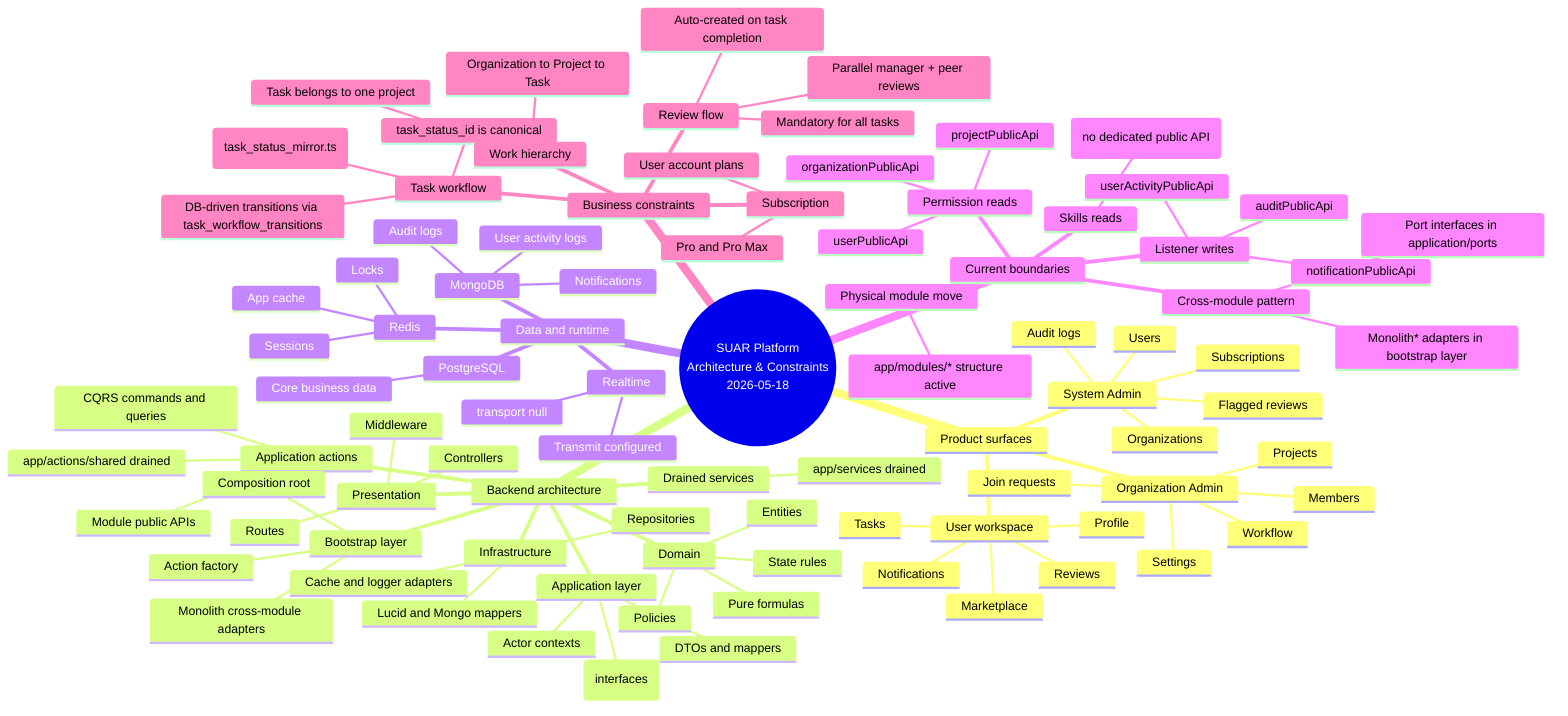
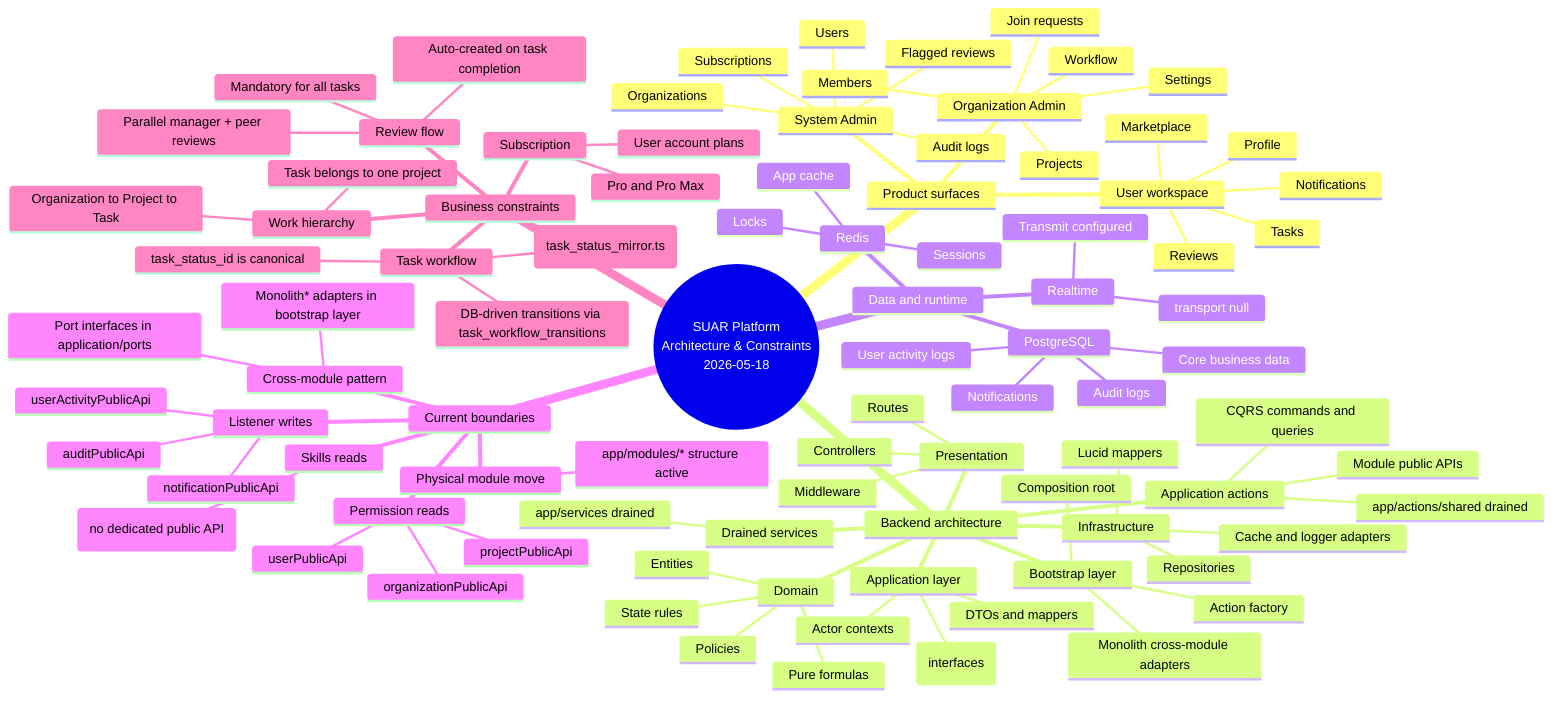
mindmap
  root((SUAR Platform
  Architecture & Constraints
  2026-05-18))

    Product surfaces
      User workspace
        Tasks
        Marketplace
        Reviews
        Profile
        Notifications
      System Admin
        Users
        Organizations
        Audit logs
        Flagged reviews
        Subscriptions
      Organization Admin
        Members
        Join requests
        Workflow
        Projects
        Settings

    Backend architecture
      Presentation
        Routes
        Controllers
        Middleware
      Application actions
        CQRS commands and queries
        Module public APIs
        app/actions/shared drained
      Bootstrap layer
        Composition root
        Action factory
        Monolith cross-module adapters
      Application layer
        Actor contexts
        Ports (interfaces)
        DTOs and mappers
      Domain
        Pure formulas
        Policies
        State rules
        Entities
      Infrastructure
        Repositories
-         Lucid and Mongo mappers
+         Lucid mappers
        Cache and logger adapters
      Drained services
        app/services drained

    Data and runtime
      PostgreSQL
        Core business data
-       MongoDB
        Audit logs
        Notifications
        User activity logs
      Redis
        Sessions
        Locks
        App cache
      Realtime
        Transmit configured
        transport null

    Current boundaries
      Listener writes
        auditPublicApi
        notificationPublicApi
        userActivityPublicApi
      Permission reads
        userPublicApi
        organizationPublicApi
        projectPublicApi
      Skills reads
        skill events (no dedicated public API)
      Cross-module pattern
        Monolith* adapters in bootstrap layer
        Port interfaces in application/ports
      Physical module move
        app/modules/* structure active

    Business constraints
      Task workflow
        task_status_id is canonical
        status is legacy mirror (task_status_mirror.ts)
        DB-driven transitions via task_workflow_transitions
      Work hierarchy
        Organization to Project to Task
        Task belongs to one project
      Subscription
        User account plans
        Pro and Pro Max
      Review flow
        Auto-created on task completion
        Mandatory for all tasks
        Parallel manager + peer reviews
